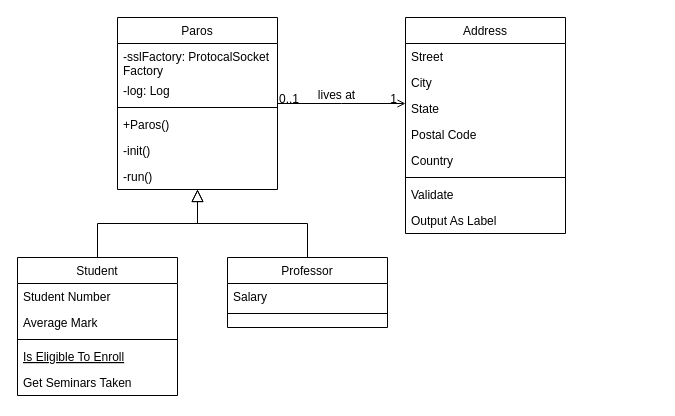
Earlier version of the draw.io diagram Lab05_class_diagram.drawio (astrrr/SAD2021sem1). Source tidied: cells renumbered, new cells numbered last; positions are measured from the earlier drawing's top-left corner, leaving out a move shared by most shapes. Both pictures are drawn from the tidied source at 100%, with x=0, y=0 at pixel (17, 17).
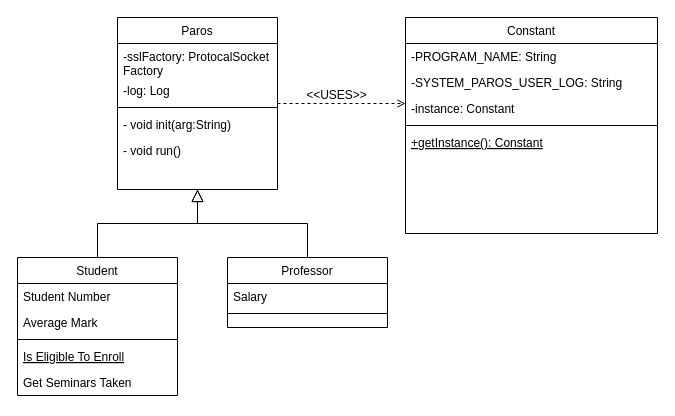
After the change.

Unchanged cells that the change refers to:
```xml
<mxCell id="2" value="Paros" style="swimlane;fontStyle=0;align=center;verticalAlign=top;horizontal=1;startSize=26;rounded=0;shadow=0;strokeWidth=1;" parent="1" vertex="1">
  <mxGeometry x="100" width="160" height="172" as="geometry" />
</mxCell>
```

What changed in the source:
```diff
@@
-    <mxCell id="6" value="+Paros()" style="text;align=left;verticalAlign=top;spacingLeft=4;spacingRight=4;overflow=hidden;" parent="2" vertex="1">
-      <mxGeometry y="94" width="160" height="26" as="geometry" />
-    </mxCell>
-    <mxCell id="7" value="-init()" style="text;align=left;verticalAlign=top;spacingLeft=4;spacingRight=4;overflow=hidden;" parent="2" vertex="1">
-      <mxGeometry y="120" width="160" height="26" as="geometry" />
+    <mxCell id="7" value="- void init(arg:String)" style="text;align=left;verticalAlign=top;spacingLeft=4;spacingRight=4;overflow=hidden;" parent="2" vertex="1">
+      <mxGeometry y="94" width="160" height="26" as="geometry" />
     </mxCell>
-    <mxCell id="8" value="-run()" style="text;align=left;verticalAlign=top;spacingLeft=4;spacingRight=4;overflow=hidden;" parent="2" vertex="1">
-      <mxGeometry y="146" width="160" height="26" as="geometry" />
+    <mxCell id="8" value="- void run()" style="text;align=left;verticalAlign=top;spacingLeft=4;spacingRight=4;overflow=hidden;" parent="2" vertex="1">
+      <mxGeometry y="120" width="160" height="26" as="geometry" />
     </mxCell>
@@
-    <mxCell id="20" value="Address" style="swimlane;fontStyle=0;align=center;verticalAlign=top;horizontal=1;startSize=26;rounded=0;shadow=0;strokeWidth=1;" parent="1" vertex="1">
-      <mxGeometry x="388" width="160" height="216" as="geometry" />
+    <mxCell id="20" value="Constant" style="swimlane;fontStyle=0;align=center;verticalAlign=top;horizontal=1;startSize=26;rounded=0;shadow=0;strokeWidth=1;" parent="1" vertex="1">
+      <mxGeometry x="388" width="252" height="216" as="geometry" />
     </mxCell>
-    <mxCell id="21" value="Street" style="text;align=left;verticalAlign=top;spacingLeft=4;spacingRight=4;overflow=hidden;" parent="20" vertex="1">
-      <mxGeometry y="26" width="160" height="26" as="geometry" />
+    <mxCell id="21" value="-PROGRAM_NAME: String " style="text;align=left;verticalAlign=top;spacingLeft=4;spacingRight=4;overflow=hidden;" parent="20" vertex="1">
+      <mxGeometry y="26" width="252" height="26" as="geometry" />
     </mxCell>
-    <mxCell id="22" value="City" style="text;align=left;verticalAlign=top;spacingLeft=4;spacingRight=4;overflow=hidden;rounded=0;shadow=0;html=0;" parent="20" vertex="1">
-      <mxGeometry y="52" width="160" height="26" as="geometry" />
+    <mxCell id="22" value="-SYSTEM_PAROS_USER_LOG: String" style="text;align=left;verticalAlign=top;spacingLeft=4;spacingRight=4;overflow=hidden;rounded=0;shadow=0;html=0;" parent="20" vertex="1">
+      <mxGeometry y="52" width="252" height="26" as="geometry" />
     </mxCell>
-    <mxCell id="23" value="State" style="text;align=left;verticalAlign=top;spacingLeft=4;spacingRight=4;overflow=hidden;rounded=0;shadow=0;html=0;" parent="20" vertex="1">
-      <mxGeometry y="78" width="160" height="26" as="geometry" />
+    <mxCell id="23" value="-instance: Constant" style="text;align=left;verticalAlign=top;spacingLeft=4;spacingRight=4;overflow=hidden;rounded=0;shadow=0;html=0;" parent="20" vertex="1">
+      <mxGeometry y="78" width="252" height="26" as="geometry" />
     </mxCell>
-    <mxCell id="24" value="Postal Code" style="text;align=left;verticalAlign=top;spacingLeft=4;spacingRight=4;overflow=hidden;rounded=0;shadow=0;html=0;" parent="20" vertex="1">
-      <mxGeometry y="104" width="160" height="26" as="geometry" />
-    </mxCell>
-    <mxCell id="25" value="Country" style="text;align=left;verticalAlign=top;spacingLeft=4;spacingRight=4;overflow=hidden;rounded=0;shadow=0;html=0;" parent="20" vertex="1">
-      <mxGeometry y="130" width="160" height="26" as="geometry" />
-    </mxCell>
     <mxCell id="26" style="line;html=1;strokeWidth=1;align=left;verticalAlign=middle;spacingTop=-1;spacingLeft=3;spacingRight=3;labelPosition=right;" parent="20" vertex="1">
-      <mxGeometry y="156" width="160" height="8" as="geometry" />
+      <mxGeometry y="104" width="252" height="8" as="geometry" />
     </mxCell>
-    <mxCell id="27" value="Validate" style="text;align=left;verticalAlign=top;spacingLeft=4;spacingRight=4;overflow=hidden;" parent="20" vertex="1">
-      <mxGeometry y="164" width="160" height="26" as="geometry" />
-    </mxCell>
-    <mxCell id="28" value="Output As Label" style="text;align=left;verticalAlign=top;spacingLeft=4;spacingRight=4;overflow=hidden;" parent="20" vertex="1">
-      <mxGeometry y="190" width="160" height="26" as="geometry" />
+    <mxCell id="28" value="+getInstance(): Constant" style="text;align=left;verticalAlign=top;spacingLeft=4;spacingRight=4;overflow=hidden;fontStyle=4;" parent="20" vertex="1">
+      <mxGeometry y="112" width="252" height="26" as="geometry" />
     </mxCell>
-    <mxCell id="29" style="endArrow=open;shadow=0;strokeWidth=1;rounded=0;endFill=1;edgeStyle=elbowEdgeStyle;elbow=vertical;" parent="1" edge="1" source="2" target="20">
+    <mxCell id="29" style="endArrow=open;shadow=0;strokeWidth=1;rounded=0;endFill=1;edgeStyle=elbowEdgeStyle;elbow=vertical;dashed=1;" parent="1" edge="1" source="2" target="20">
       <mxGeometry x="0.5" y="41" relative="1" as="geometry">
         <mxPoint x="-40" y="32" as="offset" />
       </mxGeometry>
     </mxCell>
-    <mxCell id="30" value="0..1" style="align=left;verticalAlign=bottom;labelBackgroundColor=none;fontSize=12;" parent="29" vertex="1">
-      <mxGeometry x="-1" relative="1" as="geometry">
-        <mxPoint y="4" as="offset" />
-      </mxGeometry>
-    </mxCell>
-    <mxCell id="31" value="1" style="align=right;verticalAlign=bottom;labelBackgroundColor=none;fontSize=12;" parent="29" vertex="1">
-      <mxGeometry x="1" relative="1" as="geometry">
-        <mxPoint x="-7" y="4" as="offset" />
-      </mxGeometry>
-    </mxCell>
-    <mxCell id="32" value="lives at" style="text;html=1;align=center;verticalAlign=middle;labelBackgroundColor=none;rounded=0;shadow=0;strokeWidth=1;fontSize=12;" parent="29" vertex="1">
+    <mxCell id="32" value="&amp;lt;&amp;lt;USES&amp;gt;&amp;gt;" style="text;html=1;align=center;verticalAlign=middle;labelBackgroundColor=none;rounded=0;shadow=0;strokeWidth=1;fontSize=12;" parent="29" vertex="1">
       <mxGeometry x="0.5" y="49" relative="1" as="geometry">
         <mxPoint x="-38" y="40" as="offset" />
       </mxGeometry>
     </mxCell>
```
